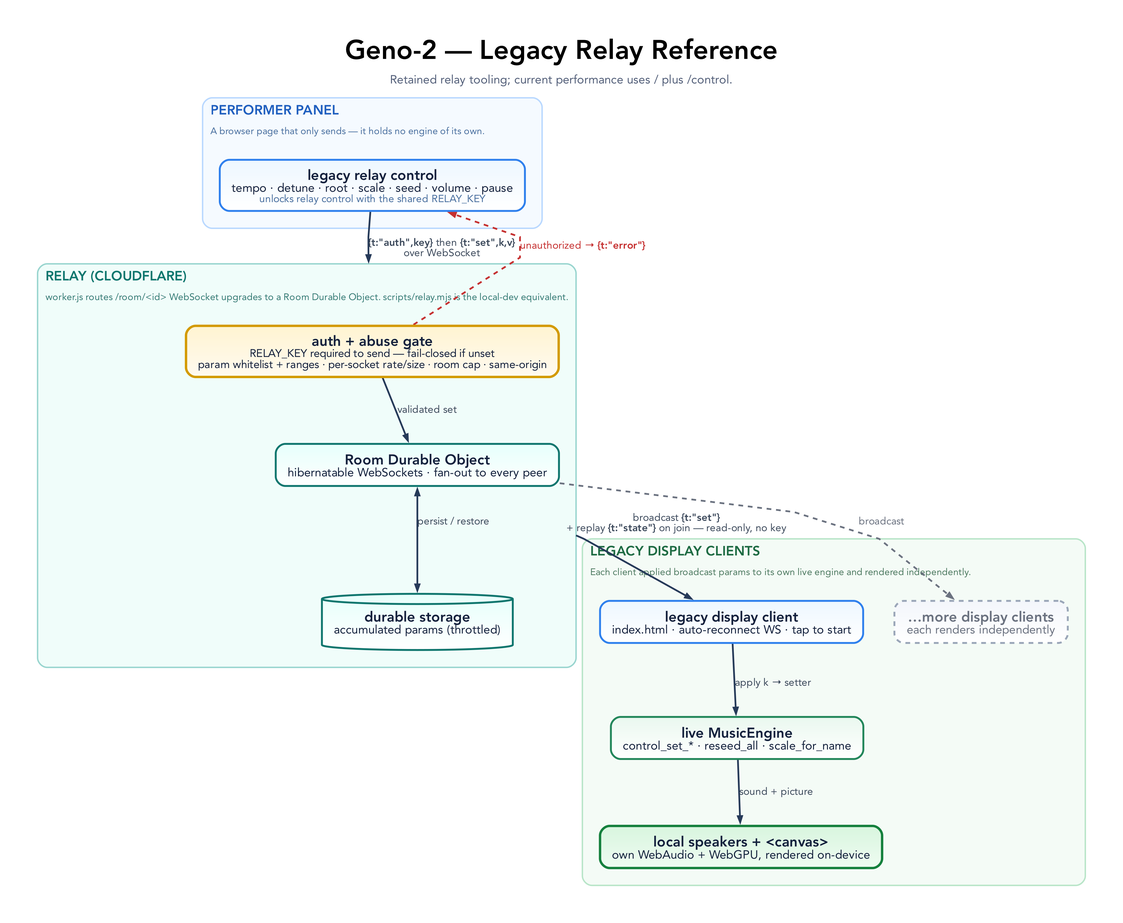
Above: docs/diagrams/networked-control.png in tre-systems/geno-2 (Graphviz), before the change. Its source is kept beside it as docs/diagrams/networked-control.dot.
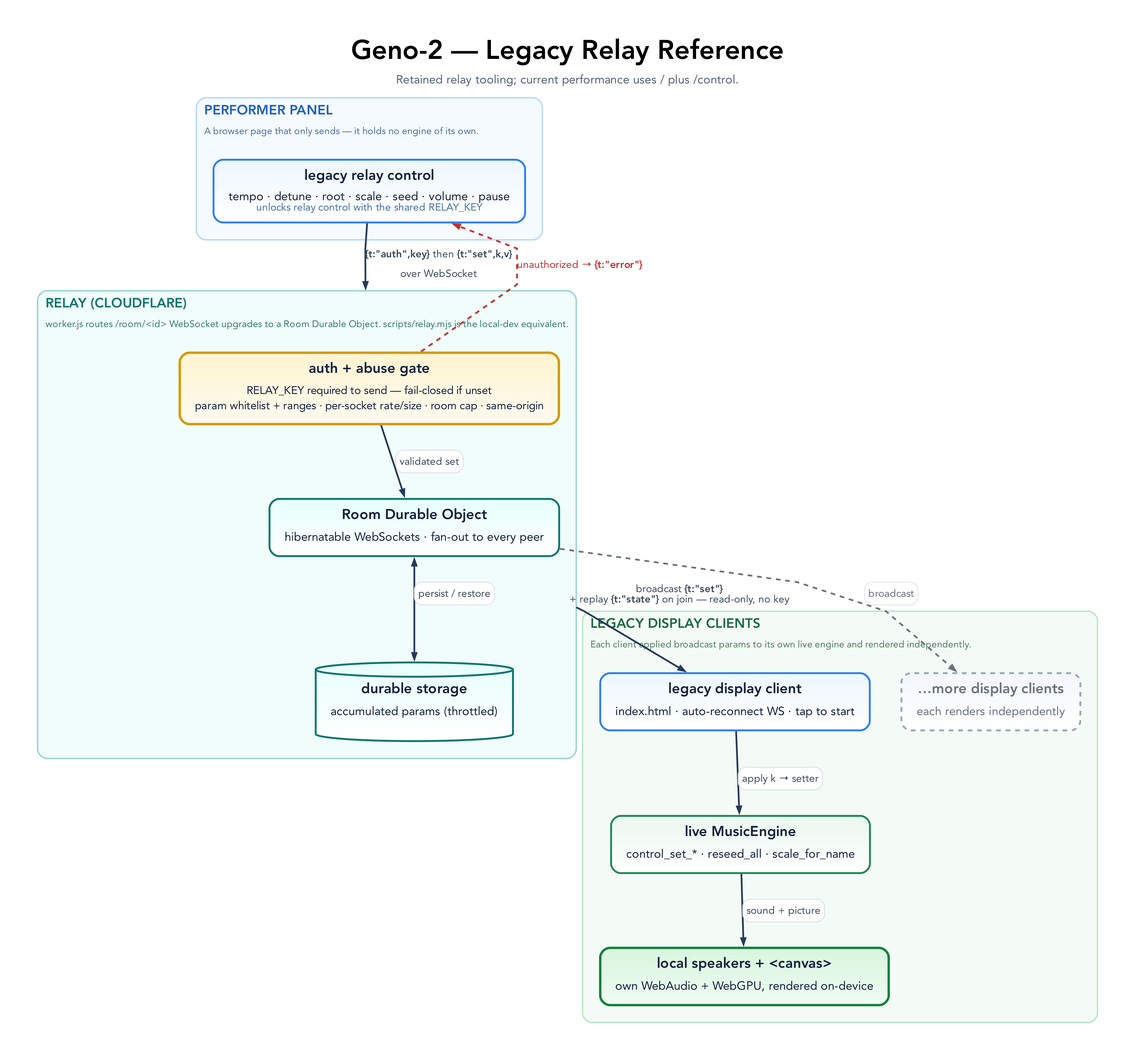
Later version of the same file.

What changed in the source:
```diff
@@ -57,7 +57,7 @@
       labelloc=t, labeljust=l,
       color="#b9d8ff", fillcolor="#f5faff", style="rounded,filled", penwidth=1.8, margin=22
     ];
-    P1 [label=<<B>legacy relay control</B><BR/><FONT POINT-SIZE="15">tempo · detune · root · scale · seed · volume · pause</FONT><BR/><FONT POINT-SIZE="13" COLOR="#496f9f">unlocks relay control with the shared RELAY_KEY</FONT>>, fillcolor="#edf7ff:#ffffff", color="#2f80ed"];
+    P1 [label=<<TABLE BORDER="0" CELLBORDER="0" CELLSPACING="0" CELLPADDING="0"><TR><TD><B>legacy relay control</B></TD></TR><TR><TD CELLPADDING="4"><FONT POINT-SIZE="15">tempo · detune · root · scale · seed · volume · pause</FONT><BR/><FONT POINT-SIZE="13" COLOR="#496f9f">unlocks relay control with the shared RELAY_KEY</FONT></TD></TR></TABLE>>, fillcolor="#edf7ff:#ffffff", color="#2f80ed"];
   }
 
   subgraph cluster_relay {
@@ -71,11 +71,11 @@
       labelloc=t, labeljust=l,
       color="#99d5cf", fillcolor="#f0fdfa", style="rounded,filled", penwidth=1.8, margin=22
     ];
-    GATE [label=<<B>auth + abuse gate</B><BR/><FONT POINT-SIZE="14">RELAY_KEY required to send — fail-closed if unset</FONT><BR/><FONT POINT-SIZE="14">param whitelist + ranges · per-socket rate/size · room cap · same-origin</FONT>>, fillcolor="#fff4d1:#fffaf0", color="#d39a00", penwidth=3.0, width=3.7];
-    R1 [label=<<B>Room Durable Object</B><BR/><FONT POINT-SIZE="15">hibernatable WebSockets · fan-out to every peer</FONT>>, fillcolor="#e6fffb:#ffffff", color="#0f766e"];
-    STORE [label=<<B>durable storage</B><BR/><FONT POINT-SIZE="15">accumulated params (throttled)</FONT>>, shape=cylinder, fillcolor="#e6fffb:#ffffff", color="#0f766e", width=2.0, height=0.9];
-    GATE -> R1 [label="validated set"];
-    R1 -> STORE [dir=both, label="persist / restore", minlen=1];
+    GATE [label=<<TABLE BORDER="0" CELLBORDER="0" CELLSPACING="0" CELLPADDING="0"><TR><TD><B>auth + abuse gate</B></TD></TR><TR><TD CELLPADDING="4"><FONT POINT-SIZE="14">RELAY_KEY required to send — fail-closed if unset</FONT><BR/><FONT POINT-SIZE="14">param whitelist + ranges · per-socket rate/size · room cap · same-origin</FONT></TD></TR></TABLE>>, fillcolor="#fff4d1:#fffaf0", color="#d39a00", penwidth=3.0, width=3.7];
+    R1 [label=<<TABLE BORDER="0" CELLBORDER="0" CELLSPACING="0" CELLPADDING="0"><TR><TD><B>Room Durable Object</B></TD></TR><TR><TD CELLPADDING="4"><FONT POINT-SIZE="15">hibernatable WebSockets · fan-out to every peer</FONT></TD></TR></TABLE>>, fillcolor="#e6fffb:#ffffff", color="#0f766e"];
+    STORE [label=<<TABLE BORDER="0" CELLBORDER="0" CELLSPACING="0" CELLPADDING="0"><TR><TD><B>durable storage</B></TD></TR><TR><TD CELLPADDING="4"><FONT POINT-SIZE="15">accumulated params (throttled)</FONT></TD></TR></TABLE>>, shape=cylinder, fillcolor="#e6fffb:#ffffff", color="#0f766e", width=2.0, height=0.9];
+    GATE -> R1 [label=<<TABLE BORDER="1" CELLBORDER="0" STYLE="ROUNDED" COLOR="#d7dee8" BGCOLOR="#ffffff" CELLSPACING="0" CELLPADDING="4"><TR><TD><FONT POINT-SIZE="13" COLOR="#3d4a5c">validated set</FONT></TD></TR></TABLE>>];
+    R1 -> STORE [dir=both, label=<<TABLE BORDER="1" CELLBORDER="0" STYLE="ROUNDED" COLOR="#d7dee8" BGCOLOR="#ffffff" CELLSPACING="0" CELLPADDING="4"><TR><TD><FONT POINT-SIZE="13" COLOR="#3d4a5c">persist / restore</FONT></TD></TR></TABLE>>, minlen=1];
   }
 
   subgraph cluster_display {
@@ -89,17 +89,17 @@
       labelloc=t, labeljust=l,
       color="#b8e5c8", fillcolor="#f4fbf6", style="rounded,filled", penwidth=1.8, margin=22
     ];
-    D1 [label=<<B>legacy display client</B><BR/><FONT POINT-SIZE="15">index.html · auto-reconnect WS · tap to start</FONT>>, fillcolor="#edf7ff:#ffffff", color="#2f80ed"];
-    D2 [label=<<B>live MusicEngine</B><BR/><FONT POINT-SIZE="15">control_set_* · reseed_all · scale_for_name</FONT>>, fillcolor="#eaf8ef:#ffffff", color="#22865a"];
-    D3 [label=<<B>local speakers + &lt;canvas&gt;</B><BR/><FONT POINT-SIZE="15">own WebAudio + WebGPU, rendered on-device</FONT>>, fillcolor="#d8f5de:#effcf2", color="#15803d", penwidth=3.0];
-    DMORE [label=<<B>…more display clients</B><BR/><FONT POINT-SIZE="15">each renders independently</FONT>>, fillcolor="#f3f6fb:#ffffff", color="#9aa6b8", fontcolor="#6b7280", style="rounded,filled,dashed"];
+    D1 [label=<<TABLE BORDER="0" CELLBORDER="0" CELLSPACING="0" CELLPADDING="0"><TR><TD><B>legacy display client</B></TD></TR><TR><TD CELLPADDING="4"><FONT POINT-SIZE="15">index.html · auto-reconnect WS · tap to start</FONT></TD></TR></TABLE>>, fillcolor="#edf7ff:#ffffff", color="#2f80ed"];
+    D2 [label=<<TABLE BORDER="0" CELLBORDER="0" CELLSPACING="0" CELLPADDING="0"><TR><TD><B>live MusicEngine</B></TD></TR><TR><TD CELLPADDING="4"><FONT POINT-SIZE="15">control_set_* · reseed_all · scale_for_name</FONT></TD></TR></TABLE>>, fillcolor="#eaf8ef:#ffffff", color="#22865a"];
+    D3 [label=<<TABLE BORDER="0" CELLBORDER="0" CELLSPACING="0" CELLPADDING="0"><TR><TD><B>local speakers + &lt;canvas&gt;</B></TD></TR><TR><TD CELLPADDING="4"><FONT POINT-SIZE="15">own WebAudio + WebGPU, rendered on-device</FONT></TD></TR></TABLE>>, fillcolor="#d8f5de:#effcf2", color="#15803d", penwidth=3.0];
+    DMORE [label=<<TABLE BORDER="0" CELLBORDER="0" CELLSPACING="0" CELLPADDING="0"><TR><TD><B>…more display clients</B></TD></TR><TR><TD CELLPADDING="4"><FONT POINT-SIZE="15">each renders independently</FONT></TD></TR></TABLE>>, fillcolor="#f3f6fb:#ffffff", color="#9aa6b8", fontcolor="#6b7280", style="rounded,filled,dashed"];
 
-    D1 -> D2 [label="apply k → setter"];
-    D2 -> D3 [label="sound + picture"];
+    D1 -> D2 [label=<<TABLE BORDER="1" CELLBORDER="0" STYLE="ROUNDED" COLOR="#d7dee8" BGCOLOR="#ffffff" CELLSPACING="0" CELLPADDING="4"><TR><TD><FONT POINT-SIZE="13" COLOR="#3d4a5c">apply k → setter</FONT></TD></TR></TABLE>>];
+    D2 -> D3 [label=<<TABLE BORDER="1" CELLBORDER="0" STYLE="ROUNDED" COLOR="#d7dee8" BGCOLOR="#ffffff" CELLSPACING="0" CELLPADDING="4"><TR><TD><FONT POINT-SIZE="13" COLOR="#3d4a5c">sound + picture</FONT></TD></TR></TABLE>>];
   }
 
-  P1 -> GATE [lhead=cluster_relay, label=<<B>{t:"auth",key}</B> then <B>{t:"set",k,v}</B><BR/>over WebSocket>];
+  P1 -> GATE [lhead=cluster_relay, label=<<TABLE BORDER="0" CELLBORDER="0" CELLSPACING="0" CELLPADDING="0"><TR><TD><B>{t:"auth",key}</B> then <B>{t:"set",k,v}</B></TD></TR><TR><TD CELLPADDING="4">over WebSocket</TD></TR></TABLE>>];
   GATE -> P1 [label=<unauthorized → <B>{t:"error"}</B>>, color="#c53030", fontcolor="#c53030", style=dashed, constraint=false];
   R1 -> D1 [ltail=cluster_relay, label=<broadcast <B>{t:"set"}</B><BR/>+ replay <B>{t:"state"}</B> on join — read-only, no key>];
-  R1 -> DMORE [label="broadcast", color="#6b7280", fontcolor="#6b7280", style=dashed];
+  R1 -> DMORE [label=<<TABLE BORDER="1" CELLBORDER="0" STYLE="ROUNDED" COLOR="#dfe3e9" BGCOLOR="#ffffff" CELLSPACING="0" CELLPADDING="4"><TR><TD><FONT POINT-SIZE="13" COLOR="#6b7280">broadcast</FONT></TD></TR></TABLE>>, color="#6b7280", fontcolor="#6b7280", style=dashed];
 }
```
